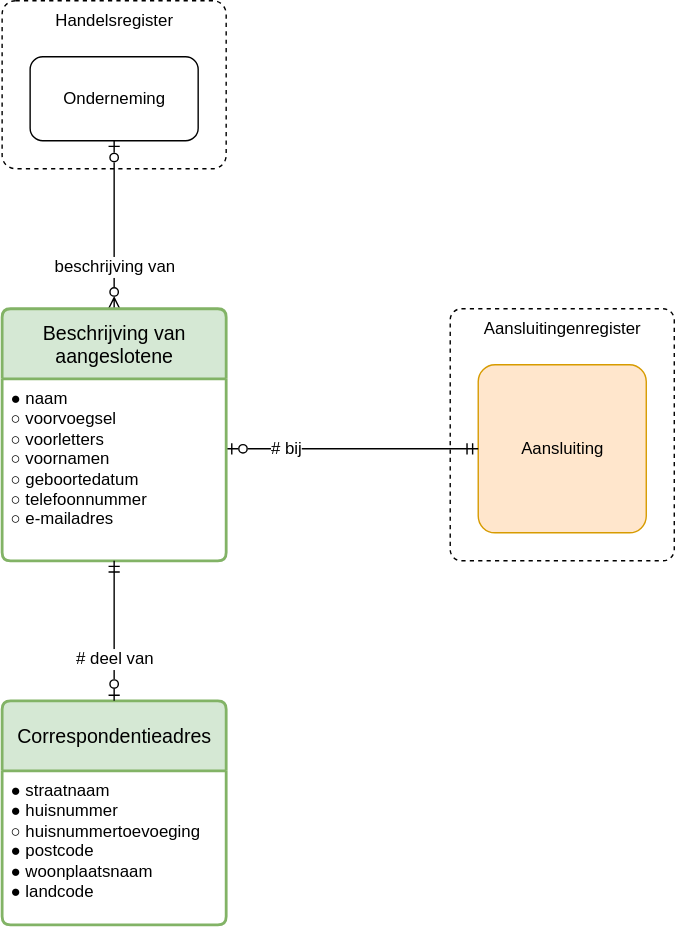
sefanja/nbnl-conceptuele-informatiemodellen keeps this draw.io diagram as modellen/registers/aangeslotenenregister/1.0.0/model.drawio.svg. Above is the earlier version. Source tidied: cells renumbered, new cells last; positions are measured from the earlier drawing's top-left corner, leaving out a move shared by most shapes.
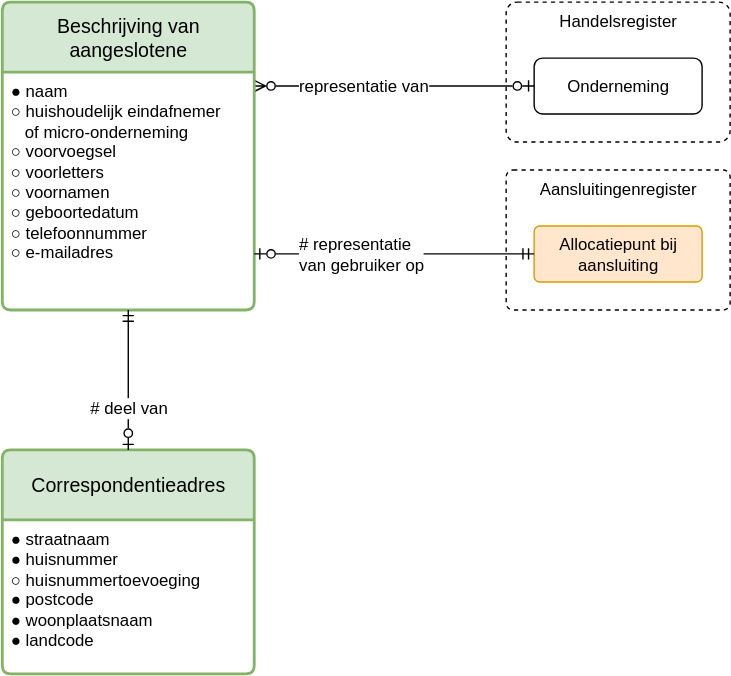
The same diagram one commit later.

The edit, as a diff of the source:
```diff
@@ -3,37 +3,37 @@
     <mxCell id="0" />
     <mxCell id="1" parent="0" />
     <mxCell id="2" value="Handelsregister" style="rounded=1;whiteSpace=wrap;html=1;verticalAlign=top;dashed=1;arcSize=8;" parent="1" vertex="1">
-      <mxGeometry width="160" height="120" as="geometry" />
+      <mxGeometry x="340" y="220" width="160" height="100" as="geometry" />
     </mxCell>
     <mxCell id="3" value="Aansluitingenregister" style="rounded=1;whiteSpace=wrap;html=1;verticalAlign=top;dashed=1;arcSize=5;" parent="1" vertex="1">
-      <mxGeometry x="320" y="220" width="160" height="180" as="geometry" />
+      <mxGeometry x="340" y="340" width="160" height="100" as="geometry" />
     </mxCell>
-    <mxCell id="4" value="Aansluiting" style="rounded=1;arcSize=10;whiteSpace=wrap;html=1;align=center;fillColor=#ffe6cc;strokeColor=#d79b00;" parent="1" vertex="1">
-      <mxGeometry x="340" y="260" width="120" height="120" as="geometry" />
-    </mxCell>
-    <mxCell id="5" value="# bij" style="edgeStyle=elbowEdgeStyle;fontSize=12;html=1;endArrow=ERmandOne;startArrow=ERzeroToOne;rounded=0;endFill=0;startFill=0;elbow=vertical;align=left;" parent="1" edge="1" source="8" target="4">
-      <mxGeometry x="-0.67" relative="1" as="geometry" />
-    </mxCell>
     <mxCell id="6" value="Onderneming" style="rounded=1;whiteSpace=wrap;html=1;" parent="1" vertex="1">
-      <mxGeometry x="20" y="40" width="120" height="60" as="geometry" />
+      <mxGeometry x="360" y="260" width="120" height="40" as="geometry" />
     </mxCell>
-    <mxCell id="7" value="beschrijving van" style="fontSize=12;html=1;endArrow=ERzeroToOne;startArrow=ERzeroToMany;rounded=0;endFill=0;startFill=0;elbow=vertical;align=center;" parent="1" edge="1" source="8" target="6">
-      <mxGeometry x="-0.5" relative="1" as="geometry" />
+    <mxCell id="7" value="representatie van" style="fontSize=12;html=1;endArrow=ERzeroToOne;startArrow=ERzeroToMany;rounded=0;endFill=0;startFill=0;elbow=vertical;align=left;edgeStyle=elbowEdgeStyle;" parent="1" edge="1" source="8" target="6">
+      <mxGeometry x="-0.7" relative="1" as="geometry" />
     </mxCell>
     <mxCell id="8" value="&lt;div&gt;&lt;span style=&quot;background-color: transparent; color: light-dark(rgb(0, 0, 0), rgb(255, 255, 255));&quot;&gt;Beschrijving van aangeslotene&lt;/span&gt;&lt;/div&gt;" style="swimlane;horizontal=1;startSize=50;rounded=1;fontSize=14;fontStyle=0;strokeWidth=2;shadow=0;dashed=0;align=center;arcSize=4;whiteSpace=wrap;html=1;fillColor=#d5e8d4;strokeColor=#82b366;" parent="1" vertex="1">
-      <mxGeometry y="220" width="160" height="180" as="geometry" />
+      <mxGeometry x="-20" y="220" width="180" height="220" as="geometry" />
     </mxCell>
-    <mxCell id="9" value="&lt;div&gt;● naam&lt;/div&gt;○ voorvoegsel&lt;div&gt;○ voorletters&lt;/div&gt;&lt;div&gt;○ voornamen&lt;/div&gt;&lt;div&gt;○ geboortedatum&lt;/div&gt;&lt;div&gt;&lt;span style=&quot;background-color: transparent; color: light-dark(rgb(0, 0, 0), rgb(255, 255, 255));&quot;&gt;○ telefoonnummer&lt;/span&gt;&lt;/div&gt;&lt;div&gt;&lt;div&gt;○ e-mailadres&lt;/div&gt;&lt;/div&gt;" style="align=left;strokeColor=none;fillColor=none;spacingLeft=4;spacingRight=4;fontSize=12;verticalAlign=top;html=1;whiteSpace=wrap;" parent="8" vertex="1">
-      <mxGeometry y="50" width="160" height="130" as="geometry" />
+    <mxCell id="9" value="&lt;div&gt;● naam&lt;/div&gt;&lt;div&gt;&lt;div&gt;&lt;span style=&quot;background-color: transparent;&quot;&gt;○&amp;nbsp;&lt;/span&gt;&lt;span style=&quot;background-color: transparent; color: light-dark(rgb(0, 0, 0), rgb(255, 255, 255));&quot;&gt;huishoudelijk eindafnemer&lt;/span&gt;&lt;/div&gt;&lt;div&gt;&lt;span style=&quot;background-color: transparent; color: light-dark(rgb(0, 0, 0), rgb(255, 255, 255));&quot;&gt;&amp;nbsp; &amp;nbsp;of&amp;nbsp;&lt;/span&gt;&lt;span style=&quot;background-color: transparent; color: light-dark(rgb(0, 0, 0), rgb(255, 255, 255));&quot;&gt;micro-onderneming&lt;/span&gt;&lt;/div&gt;&lt;/div&gt;&lt;div&gt;&lt;span style=&quot;background-color: transparent; color: light-dark(rgb(0, 0, 0), rgb(255, 255, 255));&quot;&gt;○ voorvoegsel&lt;/span&gt;&lt;/div&gt;&lt;div&gt;○ voorletters&lt;/div&gt;&lt;div&gt;○ voornamen&lt;/div&gt;&lt;div&gt;○ geboortedatum&lt;/div&gt;&lt;div&gt;&lt;span style=&quot;background-color: transparent; color: light-dark(rgb(0, 0, 0), rgb(255, 255, 255));&quot;&gt;○ telefoonnummer&lt;/span&gt;&lt;/div&gt;&lt;div&gt;&lt;div&gt;○ e-mailadres&lt;/div&gt;&lt;/div&gt;" style="align=left;strokeColor=none;fillColor=none;spacingLeft=4;spacingRight=4;fontSize=12;verticalAlign=top;html=1;whiteSpace=wrap;" parent="8" vertex="1">
+      <mxGeometry y="50" width="180" height="170" as="geometry" />
     </mxCell>
     <mxCell id="10" value="&lt;div&gt;Correspondentieadres&lt;/div&gt;" style="swimlane;horizontal=1;startSize=50;rounded=1;fontSize=14;fontStyle=0;strokeWidth=2;shadow=0;dashed=0;align=center;arcSize=4;whiteSpace=wrap;html=1;fillColor=#d5e8d4;strokeColor=#82b366;" parent="1" vertex="1">
-      <mxGeometry y="500" width="160" height="160" as="geometry" />
+      <mxGeometry x="-20" y="540" width="180" height="160" as="geometry" />
     </mxCell>
     <mxCell id="11" value="&lt;div&gt;&lt;span style=&quot;background-color: transparent; color: light-dark(rgb(0, 0, 0), rgb(255, 255, 255));&quot;&gt;●&lt;/span&gt;&amp;nbsp;straatnaam&lt;/div&gt;&lt;div&gt;&lt;span style=&quot;background-color: transparent; color: light-dark(rgb(0, 0, 0), rgb(255, 255, 255));&quot;&gt;●&lt;/span&gt;&amp;nbsp;huisnummer&lt;/div&gt;&lt;div&gt;○ huisnummertoevoeging&lt;/div&gt;&lt;div&gt;&lt;span style=&quot;background-color: transparent; color: light-dark(rgb(0, 0, 0), rgb(255, 255, 255));&quot;&gt;●&lt;/span&gt;&amp;nbsp;postcode&lt;/div&gt;&lt;div&gt;&lt;span style=&quot;background-color: transparent; color: light-dark(rgb(0, 0, 0), rgb(255, 255, 255));&quot;&gt;●&lt;/span&gt;&amp;nbsp;woonplaatsnaam&lt;/div&gt;&lt;div&gt;&lt;span style=&quot;background-color: transparent; color: light-dark(rgb(0, 0, 0), rgb(255, 255, 255));&quot;&gt;●&lt;/span&gt;&amp;nbsp;landcode&lt;/div&gt;" style="align=left;strokeColor=none;fillColor=none;spacingLeft=4;spacingRight=4;fontSize=12;verticalAlign=top;html=1;whiteSpace=wrap;" parent="10" vertex="1">
-      <mxGeometry y="50" width="160" height="110" as="geometry" />
+      <mxGeometry y="50" width="180" height="110" as="geometry" />
     </mxCell>
     <mxCell id="12" value="# deel van" style="edgeStyle=elbowEdgeStyle;fontSize=12;html=1;endArrow=ERmandOne;startArrow=ERzeroToOne;rounded=0;endFill=0;startFill=0;elbow=vertical;align=center;" parent="1" edge="1" source="10" target="8">
       <mxGeometry x="-0.4" relative="1" as="geometry" />
     </mxCell>
+    <mxCell id="13" value="Allocatiepunt bij aansluiting" style="rounded=1;arcSize=10;whiteSpace=wrap;html=1;align=center;fillColor=#ffe6cc;strokeColor=#d79b00;" parent="1" vertex="1">
+      <mxGeometry x="360" y="380" width="120" height="40" as="geometry" />
+    </mxCell>
+    <mxCell id="14" value="# representatie&lt;div&gt;van gebruiker op&lt;/div&gt;" style="edgeStyle=elbowEdgeStyle;fontSize=12;html=1;endArrow=ERmandOne;startArrow=ERzeroToOne;rounded=0;endFill=0;startFill=0;elbow=vertical;align=left;" parent="1" edge="1" source="8" target="13">
+      <mxGeometry x="-0.7" relative="1" as="geometry" />
+    </mxCell>
   </root>
 </mxGraphModel>
```
